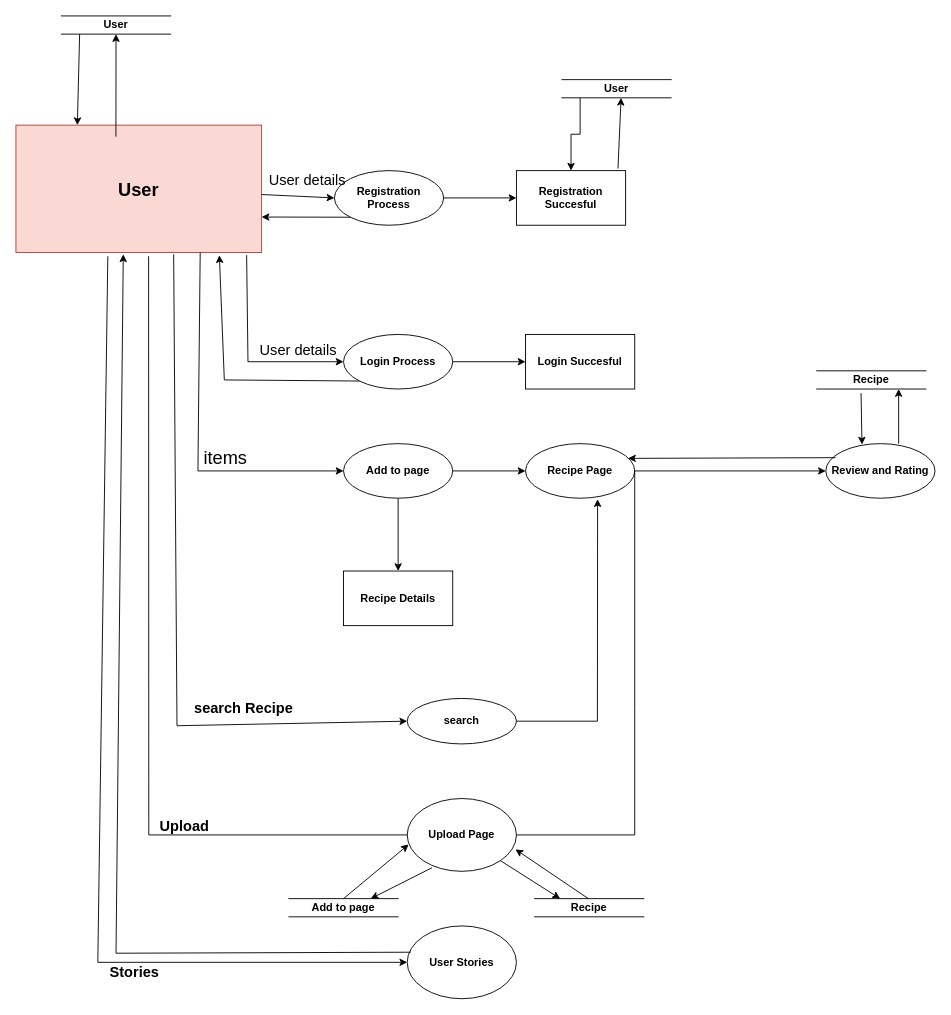
Earlier version of the draw.io diagram starter/Untitled Diagram.drawio (Athot/Athot). Source tidied: cells renumbered, new cells numbered last; positions are measured from the earlier drawing's top-left corner, leaving out a move shared by most shapes. Both pictures are drawn from the tidied source at 91%, with x=0, y=0 at pixel (15, 15).
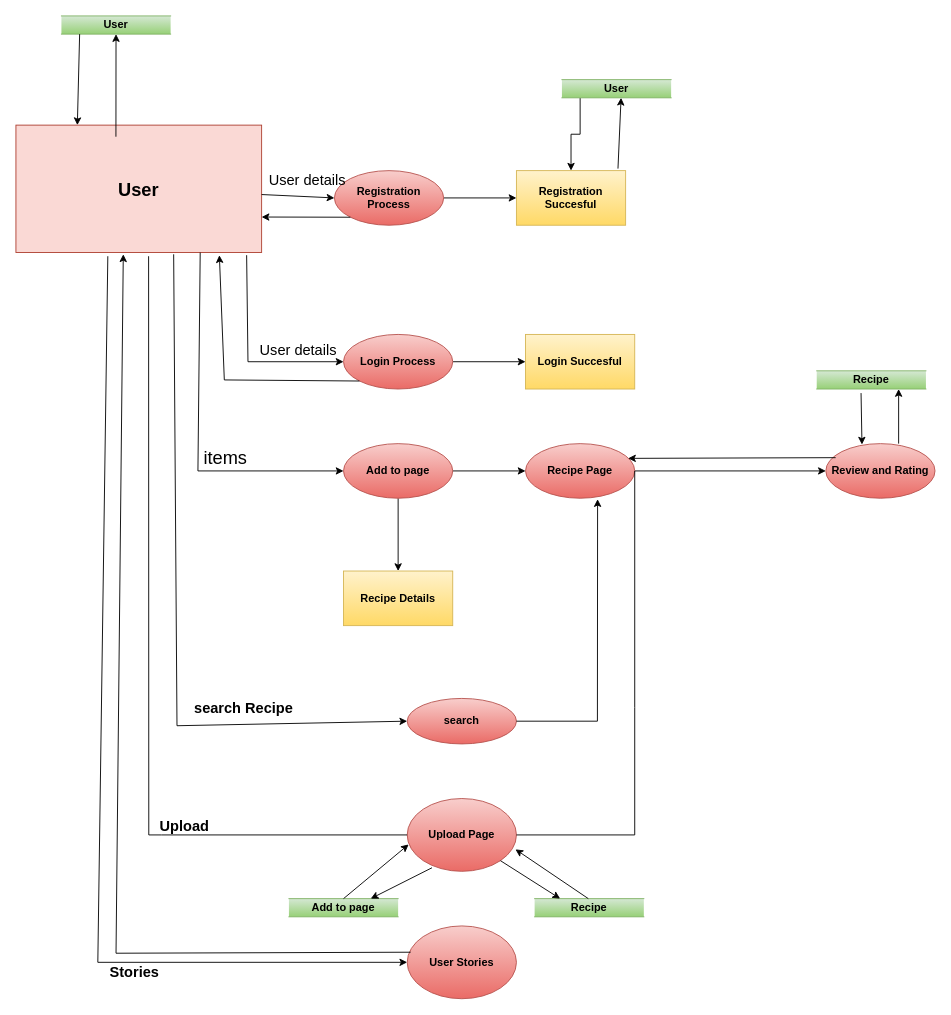
Above is the later version.

What changed in the source:
```diff
@@
-    <mxCell id="4" value="&lt;b&gt;Registration Process&lt;/b&gt;" style="ellipse;whiteSpace=wrap;html=1;rounded=0;" parent="1" vertex="1">
+    <mxCell id="4" value="&lt;b&gt;Registration Process&lt;/b&gt;" style="ellipse;whiteSpace=wrap;html=1;rounded=0;fillColor=#f8cecc;gradientColor=#ea6b66;strokeColor=#b85450;" parent="1" vertex="1">
       <mxGeometry x="350" y="170" width="120" height="60" as="geometry" />
     </mxCell>
-    <mxCell id="5" value="&lt;b&gt;Registration Succesful&lt;/b&gt;" style="whiteSpace=wrap;html=1;rounded=0;" parent="1" vertex="1">
+    <mxCell id="5" value="&lt;b&gt;Registration Succesful&lt;/b&gt;" style="whiteSpace=wrap;html=1;rounded=0;fillColor=#fff2cc;gradientColor=#ffd966;strokeColor=#d6b656;" parent="1" vertex="1">
       <mxGeometry x="550" y="170" width="120" height="60" as="geometry" />
     </mxCell>
@@
-    <mxCell id="7" value="&lt;b&gt;Login Process&lt;/b&gt;" style="ellipse;whiteSpace=wrap;html=1;rounded=0;" parent="1" vertex="1">
+    <mxCell id="7" value="&lt;b&gt;Login Process&lt;/b&gt;" style="ellipse;whiteSpace=wrap;html=1;rounded=0;fillColor=#f8cecc;gradientColor=#ea6b66;strokeColor=#b85450;" parent="1" vertex="1">
       <mxGeometry x="360" y="350" width="120" height="60" as="geometry" />
     </mxCell>
-    <mxCell id="8" value="&lt;b&gt;Login Succesful&lt;/b&gt;" style="whiteSpace=wrap;html=1;rounded=0;" parent="1" vertex="1">
+    <mxCell id="8" value="&lt;b&gt;Login Succesful&lt;/b&gt;" style="whiteSpace=wrap;html=1;rounded=0;fillColor=#fff2cc;gradientColor=#ffd966;strokeColor=#d6b656;" parent="1" vertex="1">
       <mxGeometry x="560" y="350" width="120" height="60" as="geometry" />
     </mxCell>
@@
-    <mxCell id="11" value="&lt;b&gt;Add to page&lt;/b&gt;" style="ellipse;whiteSpace=wrap;html=1;rounded=0;" parent="1" vertex="1">
+    <mxCell id="11" value="&lt;b&gt;Add to page&lt;/b&gt;" style="ellipse;whiteSpace=wrap;html=1;rounded=0;fillColor=#f8cecc;gradientColor=#ea6b66;strokeColor=#b85450;" parent="1" vertex="1">
       <mxGeometry x="360" y="470" width="120" height="60" as="geometry" />
     </mxCell>
@@
-    <mxCell id="13" value="&lt;b&gt;Recipe Page&lt;/b&gt;" style="ellipse;whiteSpace=wrap;html=1;rounded=0;" parent="1" vertex="1">
+    <mxCell id="13" value="&lt;b&gt;Recipe Page&lt;/b&gt;" style="ellipse;whiteSpace=wrap;html=1;rounded=0;fillColor=#f8cecc;gradientColor=#ea6b66;strokeColor=#b85450;" parent="1" vertex="1">
       <mxGeometry x="560" y="470" width="120" height="60" as="geometry" />
     </mxCell>
-    <mxCell id="14" value="&lt;b&gt;Recipe Details&lt;/b&gt;" style="whiteSpace=wrap;html=1;rounded=0;" parent="1" vertex="1">
+    <mxCell id="14" value="&lt;b&gt;Recipe Details&lt;/b&gt;" style="whiteSpace=wrap;html=1;rounded=0;fillColor=#fff2cc;gradientColor=#ffd966;strokeColor=#d6b656;" parent="1" vertex="1">
       <mxGeometry x="360" y="610" width="120" height="60" as="geometry" />
     </mxCell>
-    <mxCell id="15" value="&lt;b&gt;search&lt;/b&gt;" style="ellipse;whiteSpace=wrap;html=1;rounded=0;" parent="1" vertex="1">
+    <mxCell id="15" value="&lt;b&gt;search&lt;/b&gt;" style="ellipse;whiteSpace=wrap;html=1;rounded=0;fillColor=#f8cecc;gradientColor=#ea6b66;strokeColor=#b85450;" parent="1" vertex="1">
       <mxGeometry x="430" y="750" width="120" height="50" as="geometry" />
     </mxCell>
-    <mxCell id="16" value="&lt;b&gt;Upload Page&lt;/b&gt;" style="ellipse;whiteSpace=wrap;html=1;" parent="1" vertex="1">
+    <mxCell id="16" value="&lt;b&gt;Upload Page&lt;/b&gt;" style="ellipse;whiteSpace=wrap;html=1;fillColor=#f8cecc;gradientColor=#ea6b66;strokeColor=#b85450;" parent="1" vertex="1">
       <mxGeometry x="430" y="860" width="120" height="80" as="geometry" />
     </mxCell>
@@
-    <mxCell id="19" value="&lt;b&gt;Review and Rating&lt;/b&gt;" style="ellipse;whiteSpace=wrap;html=1;rounded=0;" parent="1" vertex="1">
+    <mxCell id="19" value="&lt;b&gt;Review and Rating&lt;/b&gt;" style="ellipse;whiteSpace=wrap;html=1;rounded=0;fillColor=#f8cecc;gradientColor=#ea6b66;strokeColor=#b85450;" parent="1" vertex="1">
       <mxGeometry x="890" y="470" width="120" height="60" as="geometry" />
     </mxCell>
@@
-    <mxCell id="24" value="&lt;b&gt;User&lt;/b&gt;" style="shape=partialRectangle;whiteSpace=wrap;html=1;left=0;right=0;fillColor=none;" parent="1" vertex="1">
+    <mxCell id="24" value="&lt;b&gt;User&lt;/b&gt;" style="shape=partialRectangle;whiteSpace=wrap;html=1;left=0;right=0;fillColor=#d5e8d4;gradientColor=#97d077;strokeColor=#82b366;" parent="1" vertex="1">
       <mxGeometry x="600" y="70" width="120" height="20" as="geometry" />
     </mxCell>
@@
-    <mxCell id="26" value="&lt;b&gt;User&lt;/b&gt;" style="shape=partialRectangle;whiteSpace=wrap;html=1;left=0;right=0;fillColor=none;" parent="1" vertex="1">
+    <mxCell id="26" value="&lt;b&gt;User&lt;/b&gt;" style="shape=partialRectangle;whiteSpace=wrap;html=1;left=0;right=0;fillColor=#d5e8d4;gradientColor=#97d077;strokeColor=#82b366;" parent="1" vertex="1">
       <mxGeometry x="50" width="120" height="20" as="geometry" />
     </mxCell>
@@
-    <mxCell id="34" value="&lt;b&gt;User Stories&lt;/b&gt;" style="ellipse;whiteSpace=wrap;html=1;" parent="1" vertex="1">
+    <mxCell id="34" value="&lt;b&gt;User Stories&lt;/b&gt;" style="ellipse;whiteSpace=wrap;html=1;fillColor=#f8cecc;gradientColor=#ea6b66;strokeColor=#b85450;" parent="1" vertex="1">
       <mxGeometry x="430" y="1000" width="120" height="80" as="geometry" />
     </mxCell>
@@
-    <mxCell id="36" value="&lt;b&gt;Recipe&lt;/b&gt;" style="shape=partialRectangle;whiteSpace=wrap;html=1;left=0;right=0;fillColor=none;" parent="1" vertex="1">
+    <mxCell id="36" value="&lt;b&gt;Recipe&lt;/b&gt;" style="shape=partialRectangle;whiteSpace=wrap;html=1;left=0;right=0;fillColor=#d5e8d4;gradientColor=#97d077;strokeColor=#82b366;" parent="1" vertex="1">
       <mxGeometry x="880" y="390" width="120" height="20" as="geometry" />
     </mxCell>
@@
-    <mxCell id="45" value="&lt;b&gt;Recipe&lt;/b&gt;" style="shape=partialRectangle;whiteSpace=wrap;html=1;left=0;right=0;fillColor=none;" parent="1" vertex="1">
+    <mxCell id="45" value="&lt;b&gt;Recipe&lt;/b&gt;" style="shape=partialRectangle;whiteSpace=wrap;html=1;left=0;right=0;fillColor=#d5e8d4;gradientColor=#97d077;strokeColor=#82b366;" parent="1" vertex="1">
       <mxGeometry x="570" y="970" width="120" height="20" as="geometry" />
     </mxCell>
-    <mxCell id="46" value="&lt;b&gt;Add to page&lt;/b&gt;" style="shape=partialRectangle;whiteSpace=wrap;html=1;left=0;right=0;fillColor=none;" parent="1" vertex="1">
+    <mxCell id="46" value="&lt;b&gt;Add to page&lt;/b&gt;" style="shape=partialRectangle;whiteSpace=wrap;html=1;left=0;right=0;fillColor=#d5e8d4;gradientColor=#97d077;strokeColor=#82b366;" parent="1" vertex="1">
       <mxGeometry x="300" y="970" width="120" height="20" as="geometry" />
     </mxCell>
```
